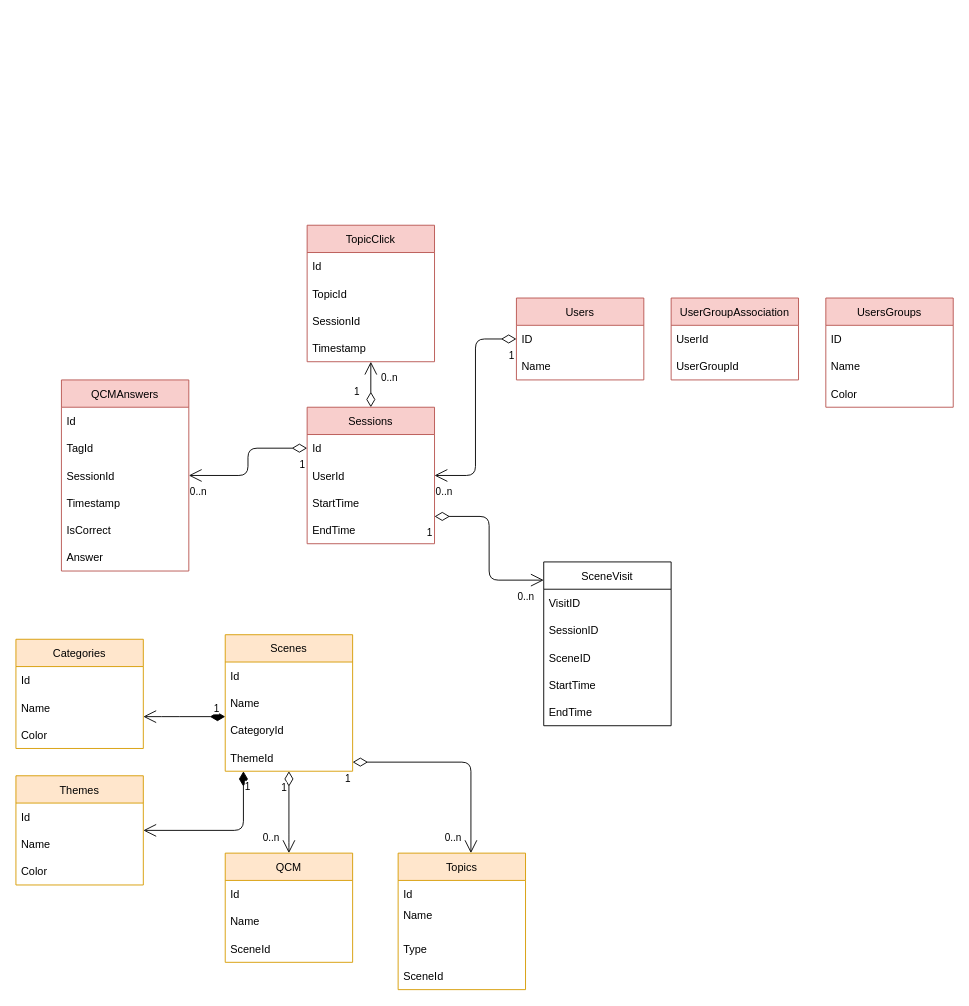
The draw.io diagram page "Class diagram : database" (2 of 2) of App lifecycle.drawio in TienYou-Nathan/UptaleDataAnalysis, before the edit. Source tidied: cells renumbered, new cells numbered last; positions are measured from the earlier drawing's top-left corner, leaving out a move shared by most shapes. Both pictures are drawn from the tidied source at 91%, with x=0, y=0 at pixel (15, 225).
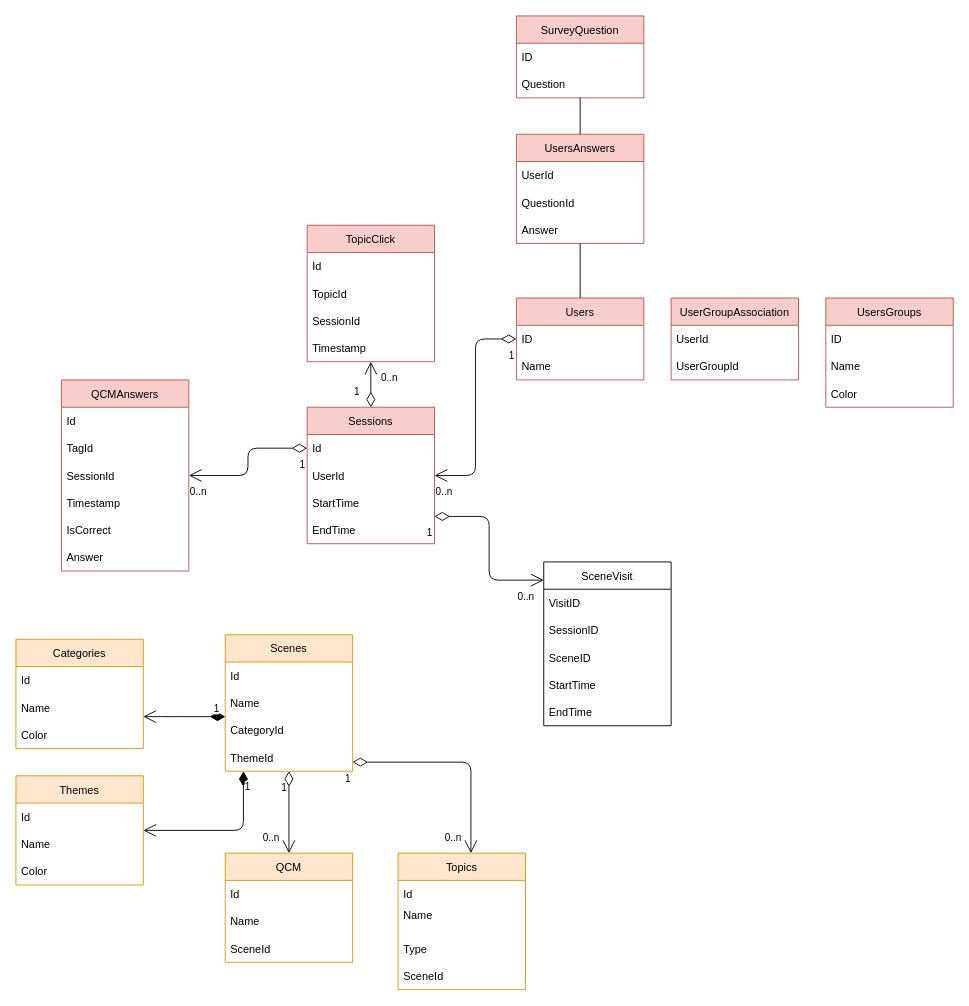
The same diagram, later.

Unchanged cells that the change refers to:
```xml
<mxCell id="2" value="Users" style="swimlane;fontStyle=0;horizontal=1;startSize=30;fillColor=#f8cecc;strokeColor=#b85450;" parent="1" vertex="1">
  <mxGeometry x="550" y="80" width="140" height="90" as="geometry" />
</mxCell>
```

What changed in the source:
```diff
@@
+    <mxCell id="77" value="UsersAnswers" style="swimlane;fontStyle=0;horizontal=1;startSize=30;fillColor=#f8cecc;strokeColor=#b85450;" parent="1" vertex="1">
+      <mxGeometry x="550" y="-100" width="140" height="120" as="geometry" />
+    </mxCell>
+    <mxCell id="78" value="UserId" style="text;strokeColor=none;fillColor=none;align=left;verticalAlign=middle;spacingLeft=4;spacingRight=4;overflow=hidden;" parent="77" vertex="1">
+      <mxGeometry y="30" width="140" height="30" as="geometry" />
+    </mxCell>
+    <mxCell id="79" value="QuestionId" style="text;strokeColor=none;fillColor=none;align=left;verticalAlign=middle;spacingLeft=4;spacingRight=4;overflow=hidden;" parent="77" vertex="1">
+      <mxGeometry y="60" width="140" height="30" as="geometry" />
+    </mxCell>
+    <mxCell id="80" value="Answer" style="text;strokeColor=none;fillColor=none;align=left;verticalAlign=middle;spacingLeft=4;spacingRight=4;overflow=hidden;" parent="77" vertex="1">
+      <mxGeometry y="90" width="140" height="30" as="geometry" />
+    </mxCell>
+    <mxCell id="81" value="SurveyQuestion" style="swimlane;fontStyle=0;horizontal=1;startSize=30;fillColor=#f8cecc;strokeColor=#b85450;" parent="1" vertex="1">
+      <mxGeometry x="550" y="-230" width="140" height="90" as="geometry" />
+    </mxCell>
+    <mxCell id="82" value="ID" style="text;strokeColor=none;fillColor=none;align=left;verticalAlign=middle;spacingLeft=4;spacingRight=4;overflow=hidden;" parent="81" vertex="1">
+      <mxGeometry y="30" width="140" height="30" as="geometry" />
+    </mxCell>
+    <mxCell id="83" value="Question" style="text;strokeColor=none;fillColor=none;align=left;verticalAlign=middle;spacingLeft=4;spacingRight=4;overflow=hidden;" parent="81" vertex="1">
+      <mxGeometry y="60" width="140" height="30" as="geometry" />
+    </mxCell>
+    <mxCell id="84" style="endArrow=none;html=1;rounded=0;" parent="1" edge="1" source="2" target="77">
+      <mxGeometry relative="1" as="geometry" />
+    </mxCell>
+    <mxCell id="85" style="endArrow=none;html=1;rounded=0;" parent="1" edge="1" source="77" target="81">
+      <mxGeometry relative="1" as="geometry" />
+    </mxCell>
```
